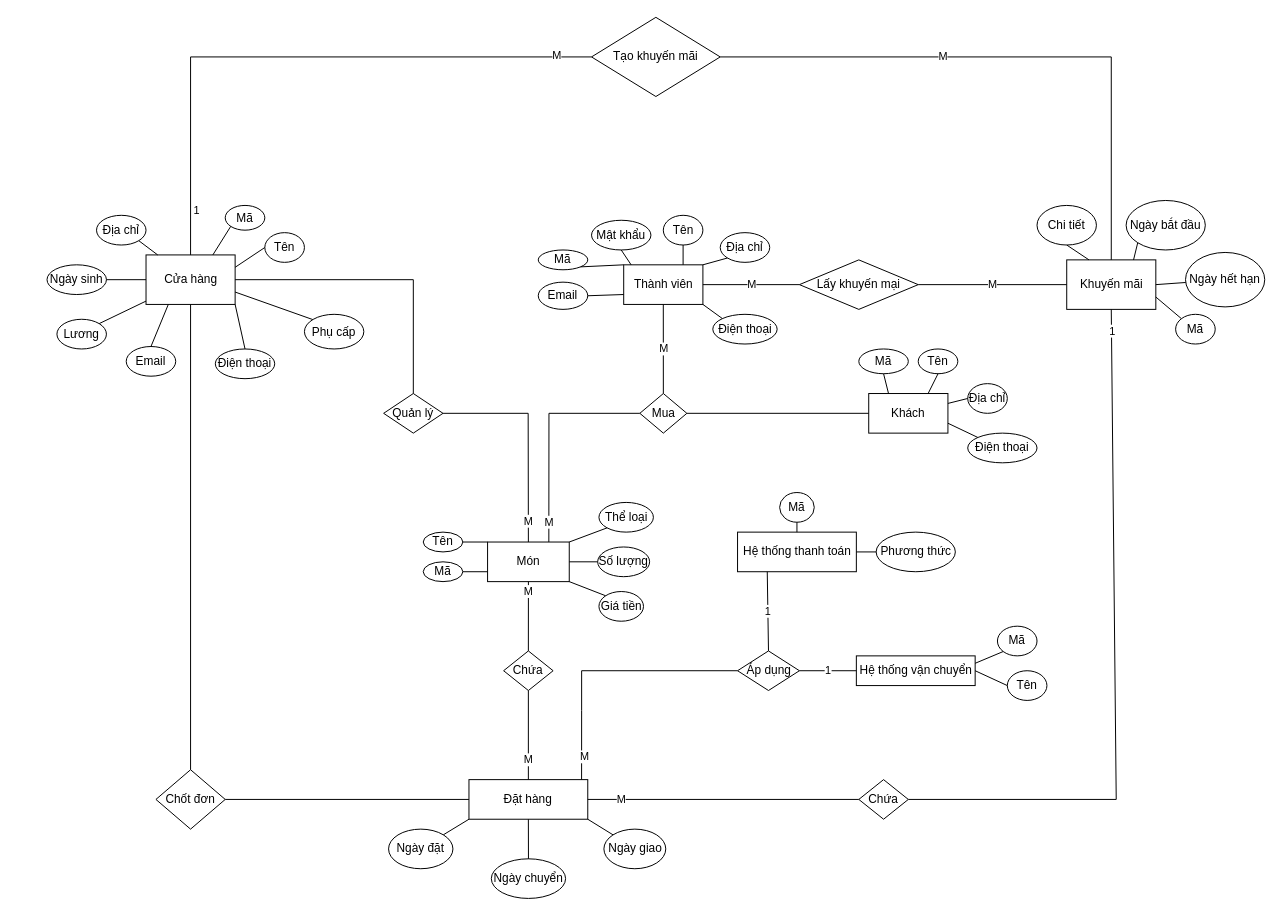
The draw.io diagram Untitled Diagram.drawio in DatVu555/16_1951060600_VuTienDat, before the edit. Source tidied: cells renumbered, new cells numbered last; positions are measured from the earlier drawing's top-left corner, leaving out a move shared by most shapes. Both pictures are drawn from the tidied source at 99%, with x=0, y=0 at pixel (47, 17).
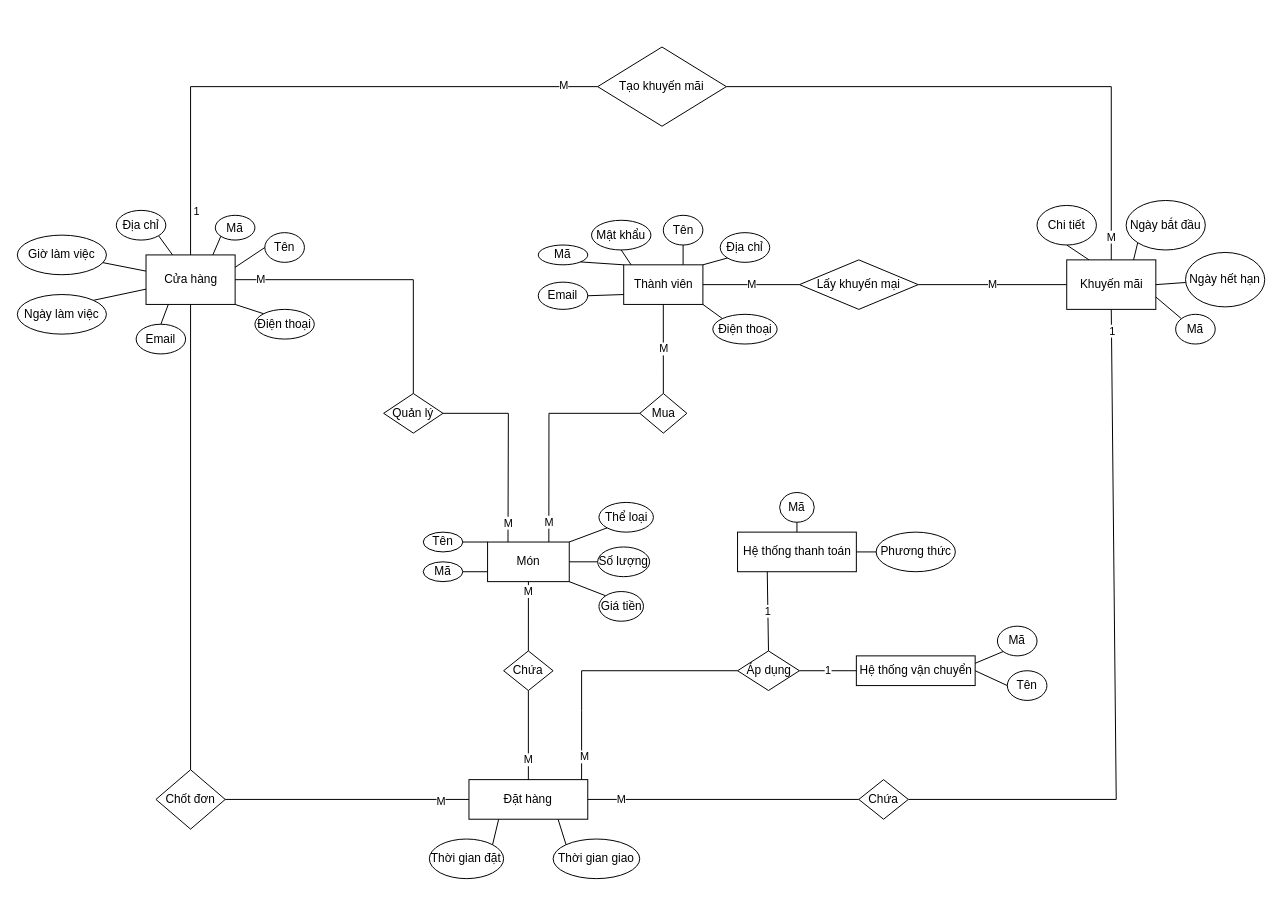
The same diagram, later.

Unchanged cells that the change refers to:
```xml
<mxCell id="3" value="Cửa hàng" style="html=1;" parent="1" vertex="1">
  <mxGeometry x="100" y="240" width="90" height="50" as="geometry" />
</mxCell>
<mxCell id="6" value="Khuyến mãi&lt;br&gt;" style="html=1;" parent="1" vertex="1">
  <mxGeometry x="1030" y="245" width="90" height="50" as="geometry" />
</mxCell>
<mxCell id="49" value="Mua" style="rhombus;whiteSpace=wrap;html=1;" parent="1" vertex="1">
  <mxGeometry x="598.8" y="380" width="47.5" height="40" as="geometry" />
</mxCell>
<mxCell id="61" value="Món" style="rounded=0;whiteSpace=wrap;html=1;" parent="1" vertex="1">
  <mxGeometry x="445" y="530" width="82.5" height="40" as="geometry" />
</mxCell>
<mxCell id="62" value="Quản lý&lt;br&gt;" style="rhombus;whiteSpace=wrap;html=1;" parent="1" vertex="1">
  <mxGeometry x="340" y="380" width="60" height="40" as="geometry" />
</mxCell>
<mxCell id="66" style="endArrow=none;html=1;rounded=0;exitX=1;exitY=0.5;exitDx=0;exitDy=0;entryX=0.5;entryY=0;entryDx=0;entryDy=0;" parent="1" edge="1" source="3" target="62">
  <mxGeometry relative="1" as="geometry">
    <Array as="points">
      <mxPoint x="370" y="265" />
    </Array>
  </mxGeometry>
</mxCell>
<mxCell id="92" value="Đặt hàng&lt;br&gt;" style="rounded=0;whiteSpace=wrap;html=1;" parent="1" vertex="1">
  <mxGeometry x="426.2" y="770" width="120" height="40" as="geometry" />
</mxCell>
<mxCell id="108" style="endArrow=none;html=1;rounded=0;exitX=1;exitY=0.5;exitDx=0;exitDy=0;entryX=0;entryY=0.5;entryDx=0;entryDy=0;" parent="1" edge="1" source="100" target="92">
  <mxGeometry relative="1" as="geometry" />
</mxCell>
```

Diff of the diagram source:
```diff
@@
     <mxCell id="2" value="Tạo khuyến mãi" style="rhombus;whiteSpace=wrap;html=1;" parent="1" vertex="1">
-      <mxGeometry x="550" width="130" height="80" as="geometry" />
+      <mxGeometry x="556.2" y="30" width="130" height="80" as="geometry" />
     </mxCell>
@@
     <mxCell id="4" value="1&lt;br&gt;" style="endArrow=none;html=1;rounded=0;entryX=0;entryY=0.5;entryDx=0;entryDy=0;exitX=0.5;exitY=0;exitDx=0;exitDy=0;" parent="1" edge="1" source="3" target="2">
       <mxGeometry x="-0.85" y="-6" relative="1" as="geometry">
         <Array as="points">
-          <mxPoint x="145" y="40" />
+          <mxPoint x="145" y="70" />
         </Array>
       </mxGeometry>
     </mxCell>
@@
     <mxCell id="7" value="M" style="endArrow=none;html=1;rounded=0;exitX=1;exitY=0.5;exitDx=0;exitDy=0;entryX=0.5;entryY=0;entryDx=0;entryDy=0;" parent="1" edge="1" source="2" target="6">
-      <mxGeometry x="-0.25" relative="1" as="geometry">
+      <mxGeometry x="0.92" relative="1" as="geometry">
         <Array as="points">
-          <mxPoint x="1075" y="40" />
+          <mxPoint x="1075" y="70" />
         </Array>
       </mxGeometry>
     </mxCell>
     <mxCell id="8" value="Địa chỉ&lt;br&gt;" style="ellipse;whiteSpace=wrap;html=1;" parent="1" vertex="1">
-      <mxGeometry x="50" y="200" width="50" height="30" as="geometry" />
+      <mxGeometry x="70" y="195" width="50" height="30" as="geometry" />
     </mxCell>
@@
-    <mxCell id="10" value="Ngày sinh&lt;br&gt;" style="ellipse;whiteSpace=wrap;html=1;" parent="1" vertex="1">
-      <mxGeometry y="250" width="60" height="30" as="geometry" />
+    <mxCell id="10" value="Giờ làm việc" style="ellipse;whiteSpace=wrap;html=1;" parent="1" vertex="1">
+      <mxGeometry x="-30" y="220" width="90" height="40" as="geometry" />
     </mxCell>
@@
     <mxCell id="12" value="Mã&lt;br&gt;" style="ellipse;whiteSpace=wrap;html=1;" parent="1" vertex="1">
-      <mxGeometry x="180" y="190" width="40" height="25" as="geometry" />
+      <mxGeometry x="170" y="200" width="40" height="25" as="geometry" />
     </mxCell>
@@
-    <mxCell id="16" value="Lương&lt;br&gt;" style="ellipse;whiteSpace=wrap;html=1;" parent="1" vertex="1">
-      <mxGeometry x="10" y="305" width="50" height="30" as="geometry" />
+    <mxCell id="16" value="Ngày làm việc" style="ellipse;whiteSpace=wrap;html=1;" parent="1" vertex="1">
+      <mxGeometry x="-30" y="280" width="90" height="40" as="geometry" />
     </mxCell>
@@
-    <mxCell id="18" value="Phụ cấp" style="ellipse;whiteSpace=wrap;html=1;" parent="1" vertex="1">
-      <mxGeometry x="260" y="300" width="60" height="35" as="geometry" />
-    </mxCell>
-    <mxCell id="19" style="edgeStyle=orthogonalEdgeStyle;rounded=0;orthogonalLoop=1;jettySize=auto;html=1;exitX=0.5;exitY=1;exitDx=0;exitDy=0;" parent="1" edge="1" source="18" target="18">
-      <mxGeometry relative="1" as="geometry" />
+    <mxCell id="19" style="edgeStyle=orthogonalEdgeStyle;rounded=0;orthogonalLoop=1;jettySize=auto;html=1;exitX=0.5;exitY=1;exitDx=0;exitDy=0;" parent="1" edge="1">
+      <mxGeometry relative="1" as="geometry">
+        <mxPoint x="290" y="335" as="sourcePoint" />
+        <mxPoint x="290" y="335" as="targetPoint" />
+      </mxGeometry>
     </mxCell>
-    <mxCell id="20" style="endArrow=none;html=1;rounded=0;exitX=1;exitY=0.75;exitDx=0;exitDy=0;entryX=0;entryY=0;entryDx=0;entryDy=0;" parent="1" edge="1" source="3" target="18">
-      <mxGeometry relative="1" as="geometry" />
-    </mxCell>
     <mxCell id="21" value="Điện thoại" style="ellipse;whiteSpace=wrap;html=1;" parent="1" vertex="1">
-      <mxGeometry x="170" y="335" width="60" height="30" as="geometry" />
+      <mxGeometry x="210" y="295" width="60" height="30" as="geometry" />
     </mxCell>
     <mxCell id="22" value="Email&lt;br&gt;" style="ellipse;whiteSpace=wrap;html=1;" parent="1" vertex="1">
-      <mxGeometry x="80" y="332.5" width="50" height="30" as="geometry" />
+      <mxGeometry x="90" y="310" width="50" height="30" as="geometry" />
     </mxCell>
@@
     <mxCell id="26" value="Mã" style="ellipse;whiteSpace=wrap;html=1;" parent="1" vertex="1">
-      <mxGeometry x="496.2" y="235" width="50" height="20" as="geometry" />
+      <mxGeometry x="496.2" y="230" width="50" height="20" as="geometry" />
     </mxCell>
@@
-    <mxCell id="51" value="Khách&lt;br&gt;" style="rounded=0;whiteSpace=wrap;html=1;" parent="1" vertex="1">
-      <mxGeometry x="830" y="380" width="80" height="40" as="geometry" />
-    </mxCell>
-    <mxCell id="52" style="endArrow=none;html=1;rounded=0;exitX=1;exitY=0.5;exitDx=0;exitDy=0;entryX=0;entryY=0.5;entryDx=0;entryDy=0;" parent="1" edge="1" source="49" target="51">
-      <mxGeometry relative="1" as="geometry" />
-    </mxCell>
-    <mxCell id="53" value="Mã" style="ellipse;whiteSpace=wrap;html=1;" parent="1" vertex="1">
-      <mxGeometry x="820" y="335" width="50" height="25" as="geometry" />
-    </mxCell>
-    <mxCell id="54" value="Tên" style="ellipse;whiteSpace=wrap;html=1;" parent="1" vertex="1">
-      <mxGeometry x="880" y="335" width="40" height="25" as="geometry" />
-    </mxCell>
-    <mxCell id="55" value="Địa chỉ&lt;br&gt;" style="ellipse;whiteSpace=wrap;html=1;" parent="1" vertex="1">
-      <mxGeometry x="930" y="370" width="40" height="30" as="geometry" />
-    </mxCell>
-    <mxCell id="56" value="Điện thoại" style="ellipse;whiteSpace=wrap;html=1;" parent="1" vertex="1">
-      <mxGeometry x="930" y="420" width="70" height="30" as="geometry" />
-    </mxCell>
-    <mxCell id="57" style="endArrow=none;html=1;rounded=0;entryX=0.5;entryY=1;entryDx=0;entryDy=0;exitX=0.25;exitY=0;exitDx=0;exitDy=0;" parent="1" edge="1" source="51" target="53">
-      <mxGeometry relative="1" as="geometry" />
-    </mxCell>
-    <mxCell id="58" style="endArrow=none;html=1;rounded=0;exitX=0.75;exitY=0;exitDx=0;exitDy=0;entryX=0.5;entryY=1;entryDx=0;entryDy=0;" parent="1" edge="1" source="51" target="54">
-      <mxGeometry relative="1" as="geometry" />
-    </mxCell>
-    <mxCell id="59" style="endArrow=none;html=1;rounded=0;exitX=1;exitY=0.25;exitDx=0;exitDy=0;entryX=0;entryY=0.5;entryDx=0;entryDy=0;" parent="1" edge="1" source="51" target="55">
-      <mxGeometry relative="1" as="geometry" />
-    </mxCell>
-    <mxCell id="60" style="endArrow=none;html=1;rounded=0;exitX=1;exitY=0.75;exitDx=0;exitDy=0;entryX=0;entryY=0;entryDx=0;entryDy=0;" parent="1" edge="1" source="51" target="56">
-      <mxGeometry relative="1" as="geometry" />
-    </mxCell>
@@
-    <mxCell id="64" value="M" style="endArrow=none;html=1;rounded=0;exitX=1;exitY=0.5;exitDx=0;exitDy=0;" parent="1" edge="1" source="62" target="61">
+    <mxCell id="64" value="M" style="endArrow=none;html=1;rounded=0;exitX=1;exitY=0.5;exitDx=0;exitDy=0;entryX=0.25;entryY=0;entryDx=0;entryDy=0;" parent="1" edge="1" source="62" target="61">
       <mxGeometry x="0.81" relative="1" as="geometry">
         <Array as="points">
-          <mxPoint x="486" y="400" />
+          <mxPoint x="466" y="400" />
         </Array>
       </mxGeometry>
     </mxCell>
@@
+    <mxCell id="110" value="M" style="edgeLabel;html=1;align=center;verticalAlign=middle;" parent="66" vertex="1">
+      <mxGeometry x="-0.83" y="1" relative="1" as="geometry" />
+    </mxCell>
@@
-    <mxCell id="101" value="Ngày đặt&lt;br&gt;" style="ellipse;whiteSpace=wrap;html=1;" parent="1" vertex="1">
-      <mxGeometry x="345" y="820" width="65" height="40" as="geometry" />
+    <mxCell id="101" value="Thời gian đặt" style="ellipse;whiteSpace=wrap;html=1;" parent="1" vertex="1">
+      <mxGeometry x="386.2" y="830" width="75" height="40" as="geometry" />
     </mxCell>
-    <mxCell id="102" value="Ngày chuyển&lt;br&gt;" style="ellipse;whiteSpace=wrap;html=1;" parent="1" vertex="1">
-      <mxGeometry x="448.8" y="850" width="75" height="40" as="geometry" />
-    </mxCell>
-    <mxCell id="103" value="Ngày giao" style="ellipse;whiteSpace=wrap;html=1;" parent="1" vertex="1">
-      <mxGeometry x="562.5" y="820" width="62.5" height="40" as="geometry" />
+    <mxCell id="103" value="Thời gian giao&lt;br&gt;" style="ellipse;whiteSpace=wrap;html=1;" parent="1" vertex="1">
+      <mxGeometry x="511.2" y="830" width="87.5" height="40" as="geometry" />
     </mxCell>
-    <mxCell id="104" style="endArrow=none;html=1;rounded=0;exitX=0.5;exitY=1;exitDx=0;exitDy=0;entryX=0.5;entryY=0;entryDx=0;entryDy=0;" parent="1" edge="1" source="92" target="102">
-      <mxGeometry relative="1" as="geometry" />
-    </mxCell>
-    <mxCell id="105" style="endArrow=none;html=1;rounded=0;exitX=0;exitY=1;exitDx=0;exitDy=0;entryX=1;entryY=0;entryDx=0;entryDy=0;" parent="1" edge="1" source="92" target="101">
+    <mxCell id="105" style="endArrow=none;html=1;rounded=0;exitX=0.25;exitY=1;exitDx=0;exitDy=0;entryX=1;entryY=0;entryDx=0;entryDy=0;" parent="1" edge="1" source="92" target="101">
       <mxGeometry relative="1" as="geometry" />
     </mxCell>
-    <mxCell id="106" style="endArrow=none;html=1;rounded=0;exitX=1;exitY=1;exitDx=0;exitDy=0;entryX=0;entryY=0;entryDx=0;entryDy=0;" parent="1" edge="1" source="92" target="103">
+    <mxCell id="106" style="endArrow=none;html=1;rounded=0;exitX=0.75;exitY=1;exitDx=0;exitDy=0;entryX=0;entryY=0;entryDx=0;entryDy=0;" parent="1" edge="1" source="92" target="103">
       <mxGeometry relative="1" as="geometry" />
     </mxCell>
@@
+    <mxCell id="111" value="M" style="edgeLabel;html=1;align=center;verticalAlign=middle;" parent="108" vertex="1">
+      <mxGeometry x="0.77" y="-1" relative="1" as="geometry">
+        <mxPoint x="-1" as="offset" />
+      </mxGeometry>
+    </mxCell>
-    <mxCell id="109" style="endArrow=none;html=1;rounded=0;exitX=0.5;exitY=0;exitDx=0;exitDy=0;entryX=1;entryY=1;entryDx=0;entryDy=0;" parent="1" edge="1" source="21" target="3">
+    <mxCell id="109" style="endArrow=none;html=1;rounded=0;exitX=0;exitY=0;exitDx=0;exitDy=0;entryX=1;entryY=1;entryDx=0;entryDy=0;" parent="1" edge="1" source="21" target="3">
       <mxGeometry relative="1" as="geometry" />
     </mxCell>
```
